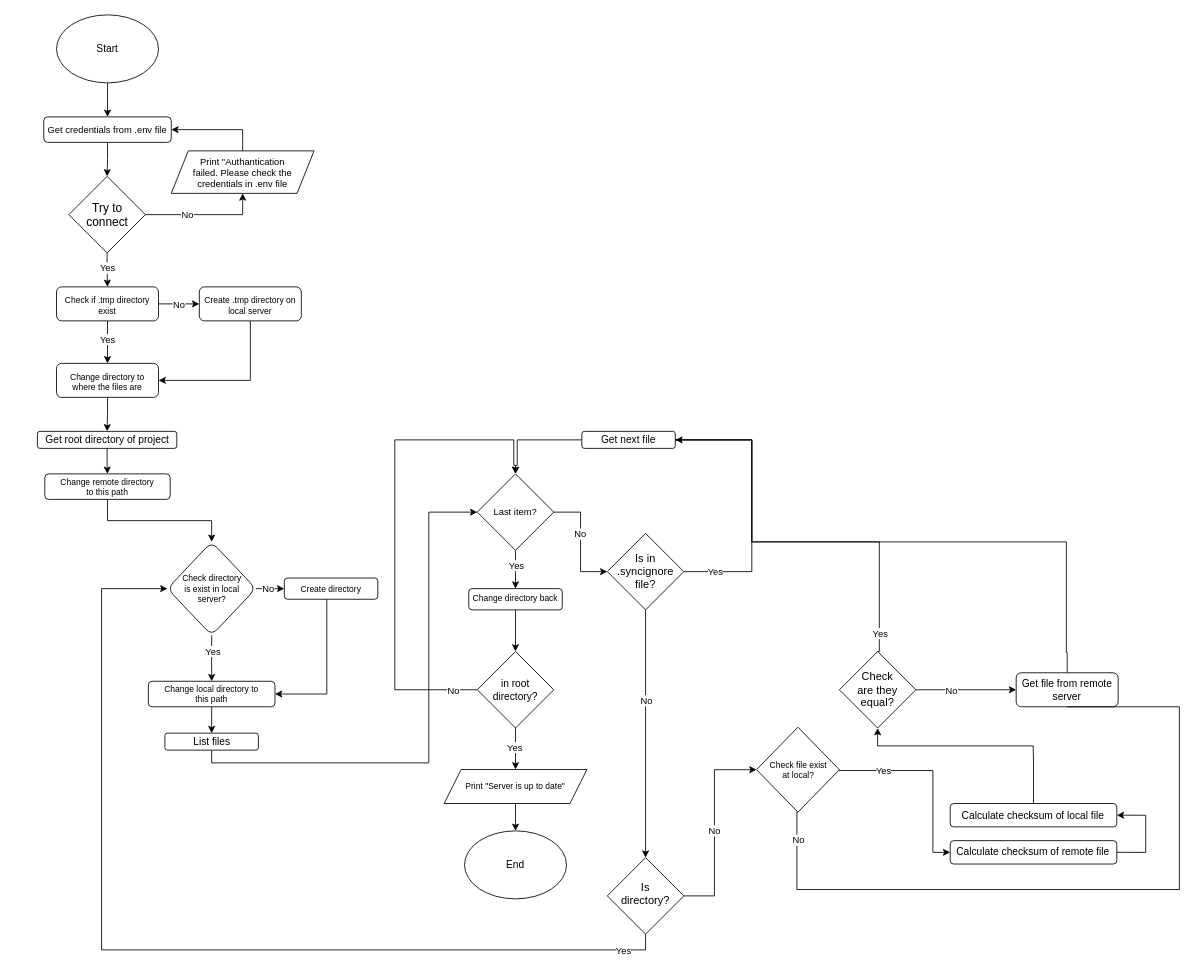
Above: sync.drawio in melihkaragoz/docs (draw.io), before the change. Source tidied: cells renumbered, new cells numbered last; positions are measured from the earlier drawing's top-left corner, leaving out a move shared by most shapes. Both pictures are drawn from the tidied source at 85%, with x=0, y=0 at pixel (37, 14).
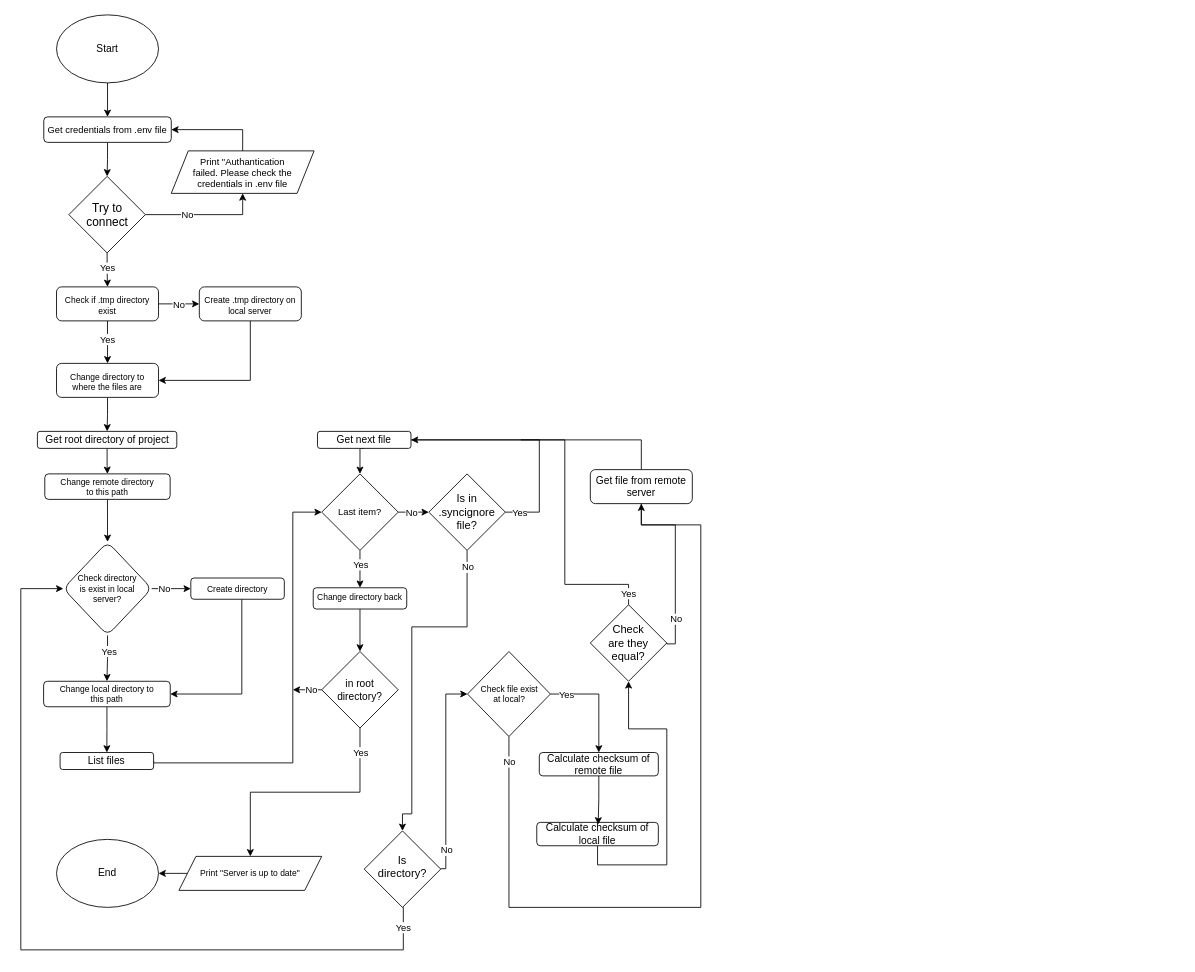
The same diagram, later.

Unchanged cells that the change refers to:
```xml
<mxCell id="17" style="edgeStyle=orthogonalEdgeStyle;rounded=0;jettySize=auto;html=1;entryX=0;entryY=0.5;entryDx=0;entryDy=0;" parent="1" edge="1" source="21" target="45">
  <mxGeometry relative="1" as="geometry" />
</mxCell>
<mxCell id="73" style="edgeStyle=orthogonalEdgeStyle;rounded=0;jettySize=auto;html=1;exitX=0.5;exitY=1;exitDx=0;exitDy=0;entryX=0.5;entryY=0;entryDx=0;entryDy=0;" parent="1" edge="1" source="77" target="54">
  <mxGeometry relative="1" as="geometry" />
</mxCell>
```

What changed in the source:
```diff
@@
     <mxCell id="18" value="No" style="edgeLabel;html=1;align=center;verticalAlign=middle;" parent="17" vertex="1">
       <mxGeometry x="-0.28" y="2" relative="1" as="geometry">
-        <mxPoint x="-3" y="9" as="offset" />
+        <mxPoint x="-1" y="2" as="offset" />
       </mxGeometry>
     </mxCell>
@@
     <mxCell id="21" value="Last item?" style="rhombus;whiteSpace=wrap;html=1;fontSize=11;" parent="1" vertex="1">
-      <mxGeometry x="517" y="540" width="90" height="90" as="geometry" />
+      <mxGeometry x="334" y="540" width="90" height="90" as="geometry" />
     </mxCell>
-    <mxCell id="22" style="edgeStyle=orthogonalEdgeStyle;rounded=0;jettySize=auto;html=1;exitX=0;exitY=0.5;exitDx=0;exitDy=0;entryX=0.5;entryY=0;entryDx=0;entryDy=0;" parent="1" edge="1" source="23" target="21">
-      <mxGeometry relative="1" as="geometry">
-        <Array as="points">
-          <mxPoint x="564" y="500" />
-          <mxPoint x="564" y="530" />
-          <mxPoint x="562" y="530" />
-        </Array>
-      </mxGeometry>
-    </mxCell>
-    <mxCell id="23" value="Get next file" style="rounded=1;whiteSpace=wrap;html=1;fontSize=12;glass=0;strokeWidth=1;shadow=0;" parent="1" vertex="1">
-      <mxGeometry x="640" y="490" width="110" height="20" as="geometry" />
-    </mxCell>
     <mxCell id="24" value="End" style="ellipse;whiteSpace=wrap;html=1;" parent="1" vertex="1">
-      <mxGeometry x="502" y="960" width="120" height="80" as="geometry" />
+      <mxGeometry x="22" y="970" width="120" height="80" as="geometry" />
     </mxCell>
-    <mxCell id="25" style="edgeStyle=orthogonalEdgeStyle;rounded=0;jettySize=auto;html=1;exitX=0.5;exitY=0;exitDx=0;exitDy=0;endArrow=none;endFill=0;entryX=1;entryY=0.5;entryDx=0;entryDy=0;" parent="1" edge="1" source="26" target="23">
+    <mxCell id="25" style="edgeStyle=orthogonalEdgeStyle;rounded=0;jettySize=auto;html=1;exitX=0.5;exitY=0;exitDx=0;exitDy=0;endArrow=none;endFill=0;entryX=1;entryY=0.5;entryDx=0;entryDy=0;" parent="1" edge="1" source="26">
       <mxGeometry relative="1" as="geometry">
+        <mxPoint x="568.4" y="500" as="targetPoint" />
         <Array as="points">
-          <mxPoint x="1211" y="750" />
-          <mxPoint x="1210" y="750" />
-          <mxPoint x="1210" y="620" />
-          <mxPoint x="840" y="620" />
-          <mxPoint x="840" y="500" />
+          <mxPoint x="710" y="500" />
         </Array>
       </mxGeometry>
     </mxCell>
-    <mxCell id="26" value="Get file from remote server" style="rounded=1;whiteSpace=wrap;html=1;fontSize=12;glass=0;strokeWidth=1;shadow=0;" parent="1" vertex="1">
-      <mxGeometry x="1151" y="774" width="120" height="40" as="geometry" />
+    <mxCell id="26" value="Get file from remote server" style="rounded=1;whiteSpace=wrap;html=1;fontSize=12;glass=0;strokeWidth=1;shadow=0;rotation=0;" parent="1" vertex="1">
+      <mxGeometry x="650" y="535" width="120" height="40" as="geometry" />
     </mxCell>
     <mxCell id="27" style="edgeStyle=orthogonalEdgeStyle;rounded=0;jettySize=auto;html=1;exitX=0.5;exitY=1;exitDx=0;exitDy=0;entryX=0.5;entryY=0;entryDx=0;entryDy=0;" parent="1" edge="1" source="45" target="57">
-      <mxGeometry relative="1" as="geometry" />
+      <mxGeometry relative="1" as="geometry">
+        <Array as="points">
+          <mxPoint x="505" y="720" />
+          <mxPoint x="440" y="720" />
+          <mxPoint x="440" y="940" />
+          <mxPoint x="429" y="940" />
+        </Array>
+      </mxGeometry>
     </mxCell>
     <mxCell id="28" value="No" style="edgeLabel;html=1;align=center;verticalAlign=middle;" parent="27" vertex="1">
       <mxGeometry x="-0.04" y="2" relative="1" as="geometry">
-        <mxPoint x="-2" y="-34" as="offset" />
+        <mxPoint x="63" y="-111" as="offset" />
       </mxGeometry>
     </mxCell>
-    <mxCell id="29" style="edgeStyle=orthogonalEdgeStyle;rounded=0;jettySize=auto;html=1;exitX=1;exitY=0.5;exitDx=0;exitDy=0;entryX=1;entryY=0.5;entryDx=0;entryDy=0;" parent="1" edge="1" source="30" target="42">
-      <mxGeometry relative="1" as="geometry">
-        <Array as="points">
-          <mxPoint x="1303.4" y="985" />
-          <mxPoint x="1303.4" y="942" />
-          <mxPoint x="1269.4" y="942" />
-        </Array>
-      </mxGeometry>
-    </mxCell>
     <mxCell id="30" value="Calculate checksum of remote file" style="rounded=1;whiteSpace=wrap;html=1;fontSize=12;glass=0;strokeWidth=1;shadow=0;spacing=1;verticalAlign=middle;" parent="1" vertex="1">
-      <mxGeometry x="1073.4" y="971.5" width="196" height="27.5" as="geometry" />
+      <mxGeometry x="590" y="867.8" width="140" height="27.5" as="geometry" />
     </mxCell>
-    <mxCell id="31" style="edgeStyle=orthogonalEdgeStyle;rounded=0;jettySize=auto;html=1;entryX=0.5;entryY=1;entryDx=0;entryDy=0;exitX=0.5;exitY=0;exitDx=0;exitDy=0;" parent="1" edge="1" source="42" target="36">
+    <mxCell id="31" style="edgeStyle=orthogonalEdgeStyle;rounded=0;jettySize=auto;html=1;entryX=0.5;entryY=1;entryDx=0;entryDy=0;exitX=0.5;exitY=1;exitDx=0;exitDy=0;" parent="1" edge="1" source="42" target="36">
       <mxGeometry relative="1" as="geometry">
         <Array as="points">
-          <mxPoint x="1171" y="879" />
-          <mxPoint x="1171" y="879" />
-          <mxPoint x="1171" y="860" />
-          <mxPoint x="988" y="860" />
+          <mxPoint x="659" y="1000" />
+          <mxPoint x="740" y="1000" />
+          <mxPoint x="740" y="840" />
+          <mxPoint x="695" y="840" />
         </Array>
       </mxGeometry>
     </mxCell>
     <mxCell id="32" style="edgeStyle=orthogonalEdgeStyle;rounded=0;jettySize=auto;html=1;exitX=0.5;exitY=0;exitDx=0;exitDy=0;endArrow=none;endFill=0;entryX=1;entryY=0.5;entryDx=0;entryDy=0;" parent="1" edge="1" source="36" target="23">
       <mxGeometry relative="1" as="geometry">
         <Array as="points">
-          <mxPoint x="990" y="749" />
-          <mxPoint x="990" y="620" />
-          <mxPoint x="840" y="620" />
-          <mxPoint x="840" y="500" />
+          <mxPoint x="695" y="670" />
+          <mxPoint x="620" y="670" />
+          <mxPoint x="620" y="500" />
         </Array>
       </mxGeometry>
     </mxCell>
     <mxCell id="33" value="Yes" style="edgeLabel;html=1;align=center;verticalAlign=middle;" parent="32" vertex="1">
       <mxGeometry x="-0.84" y="-1" relative="1" as="geometry">
-        <mxPoint x="-1" y="15" as="offset" />
+        <mxPoint x="11" y="11" as="offset" />
       </mxGeometry>
     </mxCell>
-    <mxCell id="34" style="edgeStyle=orthogonalEdgeStyle;rounded=0;jettySize=auto;html=1;exitX=1;exitY=0.5;exitDx=0;exitDy=0;entryX=0;entryY=0.5;entryDx=0;entryDy=0;" parent="1" edge="1" source="36" target="26">
-      <mxGeometry relative="1" as="geometry" />
+    <mxCell id="34" style="edgeStyle=orthogonalEdgeStyle;rounded=0;jettySize=auto;html=1;exitX=1;exitY=0.5;exitDx=0;exitDy=0;entryX=0.5;entryY=1;entryDx=0;entryDy=0;" parent="1" edge="1" source="36" target="26">
+      <mxGeometry relative="1" as="geometry">
+        <Array as="points">
+          <mxPoint x="740" y="740" />
+          <mxPoint x="750" y="740" />
+          <mxPoint x="750" y="600" />
+          <mxPoint x="710" y="600" />
+        </Array>
+      </mxGeometry>
     </mxCell>
     <mxCell id="35" value="No" style="edgeLabel;html=1;align=center;verticalAlign=middle;" parent="34" vertex="1">
       <mxGeometry x="-0.29" y="-1" relative="1" as="geometry">
-        <mxPoint x="-1" y="-1" as="offset" />
+        <mxPoint x="-1" y="36" as="offset" />
       </mxGeometry>
     </mxCell>
     <mxCell id="36" value="Check are they equal?" style="rhombus;whiteSpace=wrap;html=1;fontSize=13;spacing=18;" parent="1" vertex="1">
-      <mxGeometry x="943" y="749" width="90" height="90" as="geometry" />
+      <mxGeometry x="650" y="694" width="90" height="90" as="geometry" />
     </mxCell>
-    <mxCell id="37" style="edgeStyle=orthogonalEdgeStyle;rounded=0;jettySize=auto;html=1;exitX=1;exitY=0.5;exitDx=0;exitDy=0;entryX=0;entryY=0.5;entryDx=0;entryDy=0;" parent="1" edge="1" source="41" target="30">
+    <mxCell id="37" style="edgeStyle=orthogonalEdgeStyle;rounded=0;jettySize=auto;html=1;exitX=1;exitY=0.5;exitDx=0;exitDy=0;entryX=0.5;entryY=0;entryDx=0;entryDy=0;" parent="1" edge="1" source="41" target="30">
       <mxGeometry relative="1" as="geometry">
         <Array as="points">
-          <mxPoint x="943" y="889" />
-          <mxPoint x="1053" y="889" />
-          <mxPoint x="1053" y="985" />
+          <mxPoint x="660" y="799" />
         </Array>
       </mxGeometry>
     </mxCell>
     <mxCell id="38" value="Yes" style="edgeLabel;html=1;align=center;verticalAlign=middle;" parent="37" vertex="1">
       <mxGeometry x="-0.27" relative="1" as="geometry">
-        <mxPoint x="-31" y="-1" as="offset" />
+        <mxPoint x="-28" as="offset" />
       </mxGeometry>
     </mxCell>
     <mxCell id="39" style="edgeStyle=orthogonalEdgeStyle;rounded=0;jettySize=auto;html=1;exitX=0.5;exitY=1;exitDx=0;exitDy=0;endArrow=none;endFill=0;entryX=0.5;entryY=1;entryDx=0;entryDy=0;" parent="1" edge="1" source="41" target="26">
       <mxGeometry relative="1" as="geometry">
         <Array as="points">
-          <mxPoint x="893" y="938" />
-          <mxPoint x="893" y="1029" />
-          <mxPoint x="1343" y="1029" />
+          <mxPoint x="554" y="1050" />
+          <mxPoint x="780" y="1050" />
+          <mxPoint x="780" y="600" />
+          <mxPoint x="710" y="600" />
         </Array>
       </mxGeometry>
     </mxCell>
     <mxCell id="40" value="No" style="edgeLabel;html=1;align=center;verticalAlign=middle;rotation=0;" parent="39" vertex="1">
       <mxGeometry x="-0.4" y="1" relative="1" as="geometry">
-        <mxPoint x="-173" y="-58" as="offset" />
+        <mxPoint x="-91" y="-171" as="offset" />
       </mxGeometry>
     </mxCell>
     <mxCell id="41" value="Check file exist at local?" style="rhombus;whiteSpace=wrap;html=1;fontSize=10;spacing=13;" parent="1" vertex="1">
-      <mxGeometry x="845.5" y="838" width="97.5" height="100" as="geometry" />
+      <mxGeometry x="505.5" y="749" width="97.5" height="100" as="geometry" />
     </mxCell>
     <mxCell id="42" value="Calculate checksum of local file" style="rounded=1;whiteSpace=wrap;html=1;fontSize=12;glass=0;strokeWidth=1;shadow=0;spacing=1;verticalAlign=middle;" parent="1" vertex="1">
-      <mxGeometry x="1073.4" y="927.8" width="196" height="27.5" as="geometry" />
+      <mxGeometry x="587" y="950" width="143" height="27.5" as="geometry" />
     </mxCell>
     <mxCell id="43" style="edgeStyle=orthogonalEdgeStyle;rounded=0;jettySize=auto;html=1;exitX=1;exitY=0.5;exitDx=0;exitDy=0;entryX=1;entryY=0.5;entryDx=0;entryDy=0;" parent="1" edge="1" source="45" target="23">
       <mxGeometry relative="1" as="geometry">
         <Array as="points">
-          <mxPoint x="840" y="655" />
-          <mxPoint x="840" y="500" />
+          <mxPoint x="590" y="585" />
+          <mxPoint x="590" y="500" />
         </Array>
       </mxGeometry>
     </mxCell>
     <mxCell id="44" value="Yes" style="edgeLabel;html=1;align=center;verticalAlign=middle;" parent="43" vertex="1">
-      <mxGeometry x="-0.78" relative="1" as="geometry" />
+      <mxGeometry x="-0.78" relative="1" as="geometry">
+        <mxPoint x="-14" as="offset" />
+      </mxGeometry>
     </mxCell>
     <mxCell id="45" value="Is in .syncignore file?" style="rhombus;whiteSpace=wrap;html=1;fontSize=13;spacing=18;" parent="1" vertex="1">
-      <mxGeometry x="670" y="610" width="90" height="90" as="geometry" />
+      <mxGeometry x="460" y="540" width="90" height="90" as="geometry" />
     </mxCell>
@@
-    <mxCell id="53" style="edgeStyle=orthogonalEdgeStyle;rounded=0;jettySize=auto;html=1;exitX=0.5;exitY=1;exitDx=0;exitDy=0;entryX=0.5;entryY=0;entryDx=0;entryDy=0;" parent="1" edge="1" source="54" target="24">
+    <mxCell id="53" style="edgeStyle=orthogonalEdgeStyle;rounded=0;jettySize=auto;html=1;exitX=0;exitY=0.5;exitDx=0;exitDy=0;entryX=1;entryY=0.5;entryDx=0;entryDy=0;" parent="1" edge="1" source="54" target="24">
       <mxGeometry relative="1" as="geometry" />
     </mxCell>
     <mxCell id="54" value="Print &quot;Server is up to date&quot;" style="shape=parallelogram;perimeter=parallelogramPerimeter;fixedSize=1;align=center;fontSize=10;verticalAlign=middle;whiteSpace=wrap;html=1;fontFamily=Helvetica;fontStyle=0;spacingTop=2;spacing=21;spacingBottom=4;" parent="1" vertex="1">
-      <mxGeometry x="478" y="887.8" width="168" height="40" as="geometry" />
+      <mxGeometry x="166" y="990" width="168" height="40" as="geometry" />
     </mxCell>
     <mxCell id="55" style="edgeStyle=orthogonalEdgeStyle;rounded=0;jettySize=auto;html=1;exitX=0.5;exitY=1;exitDx=0;exitDy=0;entryX=0;entryY=0.5;entryDx=0;entryDy=0;" parent="1" edge="1" source="57" target="62">
       <mxGeometry relative="1" as="geometry">
         <Array as="points">
-          <mxPoint x="715" y="1100" />
-          <mxPoint x="75" y="1100" />
-          <mxPoint x="75" y="675" />
+          <mxPoint x="430" y="1050" />
+          <mxPoint x="430" y="1100" />
+          <mxPoint x="-20" y="1100" />
+          <mxPoint x="-20" y="675" />
         </Array>
       </mxGeometry>
     </mxCell>
     <mxCell id="56" value="Yes" style="edgeLabel;html=1;align=center;verticalAlign=middle;" parent="55" vertex="1">
       <mxGeometry x="-0.95" relative="1" as="geometry">
-        <mxPoint x="-16" as="offset" />
+        <mxPoint x="-1" as="offset" />
       </mxGeometry>
     </mxCell>
     <mxCell id="57" value="Is directory?" style="rhombus;whiteSpace=wrap;html=1;fontSize=13;spacing=18;spacingBottom=6;" parent="1" vertex="1">
-      <mxGeometry x="670" y="991.5" width="90" height="90" as="geometry" />
+      <mxGeometry x="384" y="960" width="90" height="90" as="geometry" />
     </mxCell>
-    <mxCell id="58" style="edgeStyle=orthogonalEdgeStyle;rounded=0;jettySize=auto;html=1;exitX=1;exitY=0.5;exitDx=0;exitDy=0;entryX=0;entryY=0.5;entryDx=0;entryDy=0;" parent="1" edge="1" source="57" target="41">
+    <mxCell id="58" style="edgeStyle=orthogonalEdgeStyle;rounded=0;jettySize=auto;html=1;exitX=1;exitY=0.5;exitDx=0;exitDy=0;entryX=0;entryY=0.5;entryDx=0;entryDy=0;" parent="1" edge="1" target="41">
       <mxGeometry relative="1" as="geometry">
+        <mxPoint x="474" y="1004.5" as="sourcePoint" />
         <Array as="points">
-          <mxPoint x="796" y="1037" />
-          <mxPoint x="796" y="888" />
+          <mxPoint x="480" y="1004" />
+          <mxPoint x="480" y="799" />
         </Array>
       </mxGeometry>
     </mxCell>
     <mxCell id="59" value="No" style="edgeLabel;html=1;align=center;verticalAlign=middle;" parent="58" vertex="1">
       <mxGeometry x="-0.67" y="-1" relative="1" as="geometry">
-        <mxPoint x="-2" y="-74" as="offset" />
+        <mxPoint x="-1" y="11" as="offset" />
       </mxGeometry>
     </mxCell>
@@
     <mxCell id="62" value="Check directory is exist in local server?" style="rhombus;whiteSpace=wrap;html=1;rounded=1;glass=0;strokeWidth=1;shadow=0;fontSize=10;spacing=15;" parent="1" vertex="1">
-      <mxGeometry x="152.5" y="620" width="104" height="110" as="geometry" />
+      <mxGeometry x="30" y="620" width="104" height="110" as="geometry" />
     </mxCell>
     <mxCell id="63" style="edgeStyle=orthogonalEdgeStyle;rounded=0;jettySize=auto;html=1;entryX=1;entryY=0.5;entryDx=0;entryDy=0;" parent="1" edge="1" source="64" target="68">
       <mxGeometry relative="1" as="geometry">
         <Array as="points">
-          <mxPoint x="340" y="799" />
+          <mxPoint x="240" y="799" />
         </Array>
       </mxGeometry>
     </mxCell>
     <mxCell id="64" value="Create directory" style="whiteSpace=wrap;html=1;fontSize=10;rounded=1;glass=0;strokeWidth=1;shadow=0;spacing=15;" parent="1" vertex="1">
-      <mxGeometry x="290" y="662.5" width="110" height="25" as="geometry" />
+      <mxGeometry x="180" y="662.5" width="110" height="25" as="geometry" />
     </mxCell>
@@
     <mxCell id="68" value="Change local directory to this path" style="whiteSpace=wrap;html=1;fontSize=10;rounded=1;glass=0;strokeWidth=1;shadow=0;spacing=15;" parent="1" vertex="1">
-      <mxGeometry x="130" y="784" width="149" height="30" as="geometry" />
+      <mxGeometry x="6.8" y="784" width="149" height="30" as="geometry" />
     </mxCell>
@@
-    <mxCell id="71" style="edgeStyle=orthogonalEdgeStyle;rounded=0;jettySize=auto;html=1;exitX=0.5;exitY=1;exitDx=0;exitDy=0;entryX=0;entryY=0.5;entryDx=0;entryDy=0;" parent="1" edge="1" source="72" target="21">
+    <mxCell id="71" style="edgeStyle=orthogonalEdgeStyle;rounded=0;jettySize=auto;html=1;entryX=0;entryY=0.5;entryDx=0;entryDy=0;exitX=1;exitY=0.5;exitDx=0;exitDy=0;" parent="1" edge="1" source="72" target="21">
       <mxGeometry relative="1" as="geometry">
         <Array as="points">
-          <mxPoint x="205" y="880" />
-          <mxPoint x="460" y="880" />
-          <mxPoint x="460" y="585" />
+          <mxPoint x="136" y="880" />
+          <mxPoint x="300" y="880" />
+          <mxPoint x="300" y="585" />
         </Array>
       </mxGeometry>
     </mxCell>
     <mxCell id="72" value="List files" style="rounded=1;whiteSpace=wrap;html=1;fontSize=12;glass=0;strokeWidth=1;shadow=0;" parent="1" vertex="1">
-      <mxGeometry x="149.5" y="845" width="110" height="20" as="geometry" />
+      <mxGeometry x="26.2" y="867.8" width="110" height="20" as="geometry" />
     </mxCell>
@@
     <mxCell id="74" value="Yes" style="edgeLabel;html=1;align=center;verticalAlign=middle;" parent="73" vertex="1">
       <mxGeometry x="-0.2" relative="1" as="geometry">
-        <mxPoint x="-2" y="2" as="offset" />
+        <mxPoint x="37" y="-47" as="offset" />
       </mxGeometry>
     </mxCell>
-    <mxCell id="75" style="edgeStyle=orthogonalEdgeStyle;rounded=0;jettySize=auto;html=1;exitX=0;exitY=0.5;exitDx=0;exitDy=0;entryX=0.5;entryY=0;entryDx=0;entryDy=0;" parent="1" edge="1" source="77" target="21">
-      <mxGeometry relative="1" as="geometry">
-        <Array as="points">
-          <mxPoint x="420" y="794" />
-          <mxPoint x="420" y="500" />
-          <mxPoint x="560" y="500" />
-          <mxPoint x="560" y="530" />
-          <mxPoint x="562" y="530" />
-        </Array>
-      </mxGeometry>
-    </mxCell>
+    <mxCell id="80" style="edgeStyle=orthogonalEdgeStyle;rounded=0;jettySize=auto;html=1;exitX=0;exitY=0.5;exitDx=0;exitDy=0;endArrow=classic;endFill=1;" parent="1" edge="1" source="77">
+      <mxGeometry relative="1" as="geometry">
+        <mxPoint x="300" y="794" as="targetPoint" />
+      </mxGeometry>
+    </mxCell>
-    <mxCell id="76" value="No" style="edgeLabel;html=1;align=center;verticalAlign=middle;" parent="75" vertex="1">
-      <mxGeometry x="-0.93" y="1" relative="1" as="geometry">
-        <mxPoint x="-9" y="-1" as="offset" />
+    <mxCell id="76" value="No" style="edgeLabel;html=1;align=center;verticalAlign=middle;" parent="80" vertex="1">
+      <mxGeometry x="-0.12" y="1" relative="1" as="geometry">
+        <mxPoint x="2" y="-2" as="offset" />
       </mxGeometry>
     </mxCell>
     <mxCell id="77" value="in root directory?" style="rhombus;whiteSpace=wrap;html=1;fontSize=12;spacing=11;" parent="1" vertex="1">
-      <mxGeometry x="517" y="749" width="90" height="90" as="geometry" />
+      <mxGeometry x="334" y="749" width="90" height="90" as="geometry" />
     </mxCell>
@@
     <mxCell id="79" value="Change directory back" style="whiteSpace=wrap;html=1;fontSize=10;rounded=1;glass=0;strokeWidth=1;shadow=0;spacing=2;spacingBottom=3;" parent="1" vertex="1">
-      <mxGeometry x="507" y="675" width="110" height="25" as="geometry" />
+      <mxGeometry x="324" y="674" width="110" height="25" as="geometry" />
     </mxCell>
+    <mxCell id="22" style="edgeStyle=orthogonalEdgeStyle;rounded=0;jettySize=auto;html=1;exitX=0.5;exitY=1;exitDx=0;exitDy=0;entryX=0.5;entryY=0;entryDx=0;entryDy=0;" parent="1" edge="1" source="23" target="21">
+      <mxGeometry relative="1" as="geometry" />
+    </mxCell>
+    <mxCell id="23" value="Get next file" style="rounded=1;whiteSpace=wrap;html=1;fontSize=12;glass=0;strokeWidth=1;shadow=0;" parent="1" vertex="1">
+      <mxGeometry x="329" y="490" width="110" height="20" as="geometry" />
+    </mxCell>
+    <mxCell id="29" style="edgeStyle=orthogonalEdgeStyle;rounded=0;jettySize=auto;html=1;exitX=0.5;exitY=1;exitDx=0;exitDy=0;entryX=0.505;entryY=0.089;entryDx=0;entryDy=0;entryPerimeter=0;" parent="1" edge="1" source="30" target="42">
+      <mxGeometry relative="1" as="geometry" />
+    </mxCell>
```
